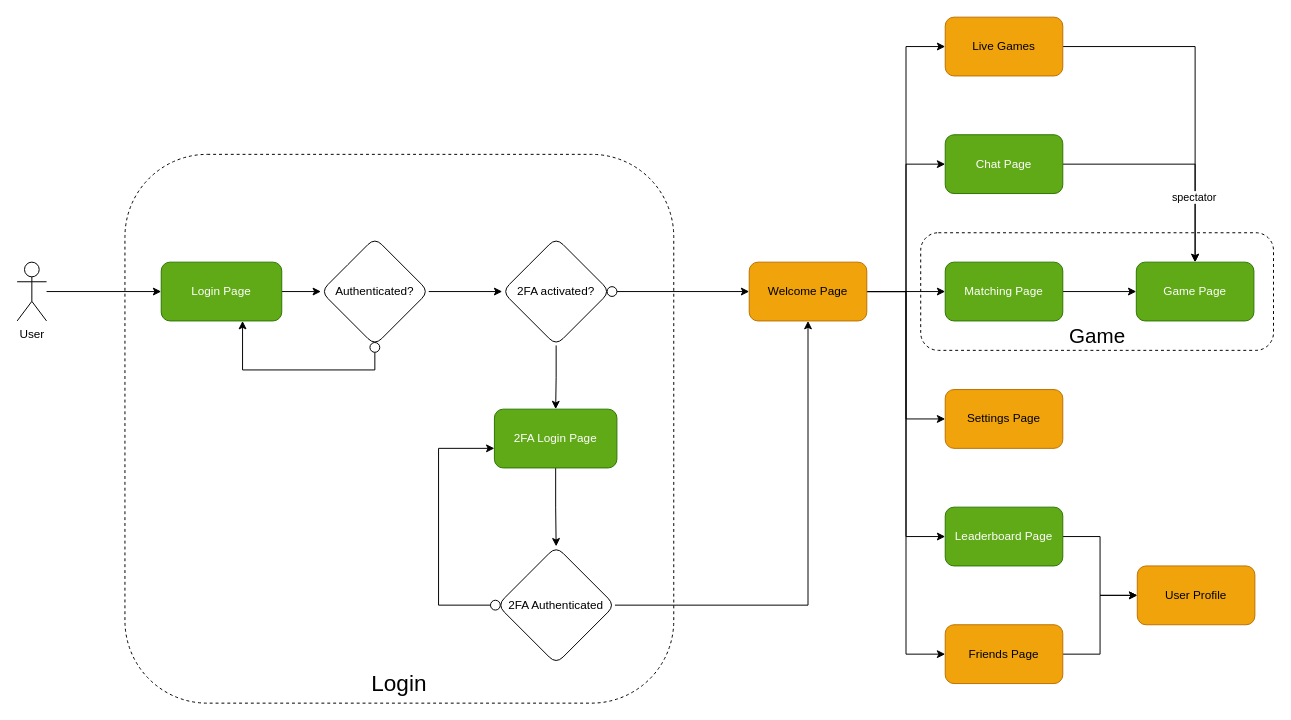
The draw.io diagram docs/frontend.drawio in frdescam/transcendence, before the edit. Source tidied: cells renumbered, new cells numbered last; positions are measured from the earlier drawing's top-left corner, leaving out a move shared by most shapes. Both pictures are drawn from the tidied source at 98%, with x=0, y=0 at pixel (17, 17).
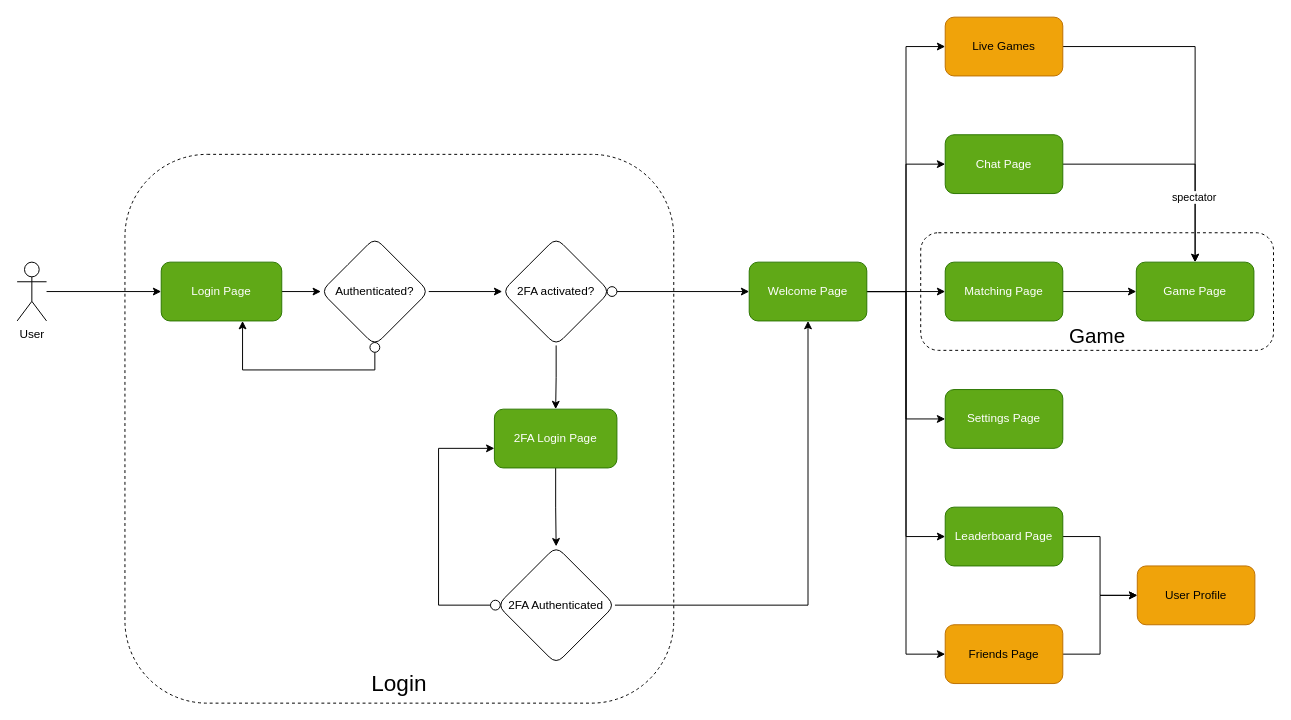
Above is the later version.

What changed in the source:
```diff
@@
-    <mxCell id="24" value="Welcome Page" style="whiteSpace=wrap;html=1;rounded=1;fillColor=#f0a30a;fontColor=#000000;strokeColor=#BD7000;" parent="1" vertex="1">
+    <mxCell id="24" value="Welcome Page" style="whiteSpace=wrap;html=1;rounded=1;fillColor=#60a917;fontColor=#ffffff;strokeColor=#2D7600;" parent="1" vertex="1">
       <mxGeometry x="747" y="250" width="120" height="60" as="geometry" />
     </mxCell>
@@
-    <mxCell id="30" value="Settings Page" style="whiteSpace=wrap;html=1;rounded=1;fillColor=#f0a30a;fontColor=#000000;strokeColor=#BD7000;" parent="1" vertex="1">
+    <mxCell id="30" value="Settings Page" style="whiteSpace=wrap;html=1;rounded=1;fillColor=#60a917;fontColor=#ffffff;strokeColor=#2D7600;" parent="1" vertex="1">
       <mxGeometry x="947" y="380" width="120" height="60" as="geometry" />
     </mxCell>
```
